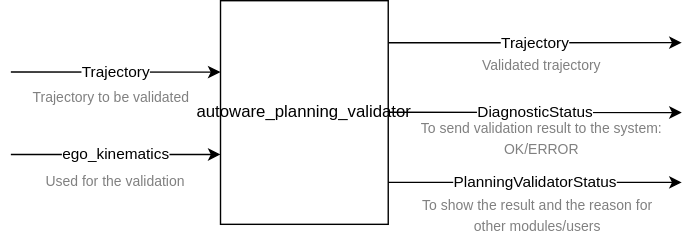
autowarefoundation/autoware.universe keeps this draw.io diagram as planning/autoware_planning_validator/image/planning_validator.drawio.svg. Above is the earlier version. Source tidied: cells renumbered, new cells last; positions are measured from the earlier drawing's top-left corner, leaving out a move shared by most shapes.
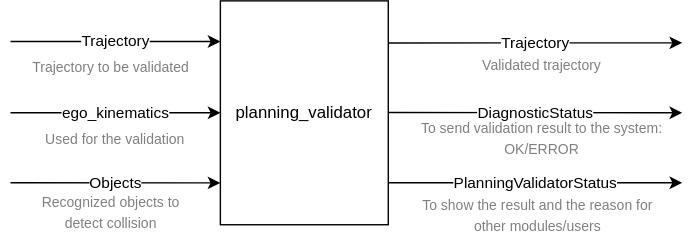
Above is the later version.

Commit message:
docs(autoware_planning_validator): update readme

Change to the diagram source:
```diff
@@ -12,14 +12,14 @@
     </mxCell>
     <mxCell id="4" value="Trajectory" style="endArrow=classic;html=1;entryX=0;entryY=0.188;entryDx=0;entryDy=0;entryPerimeter=0;" parent="1" edge="1">
       <mxGeometry relative="1" as="geometry">
-        <mxPoint y="51" as="sourcePoint" />
-        <mxPoint x="150" y="51.1" as="targetPoint" />
+        <mxPoint y="29" as="sourcePoint" />
+        <mxPoint x="150" y="29.1" as="targetPoint" />
       </mxGeometry>
     </mxCell>
     <mxCell id="5" value="ego_kinematics" style="endArrow=classic;html=1;entryX=0;entryY=0.25;entryDx=0;entryDy=0;" parent="1" edge="1">
       <mxGeometry relative="1" as="geometry">
-        <mxPoint y="110" as="sourcePoint" />
-        <mxPoint x="150" y="110" as="targetPoint" />
+        <mxPoint y="80" as="sourcePoint" />
+        <mxPoint x="150" y="80" as="targetPoint" />
       </mxGeometry>
     </mxCell>
     <mxCell id="6" value="DiagnosticStatus" style="edgeStyle=none;html=1;exitX=1;exitY=0.25;exitDx=0;exitDy=0;" parent="1" edge="1">
@@ -35,10 +35,10 @@
       </mxGeometry>
     </mxCell>
     <mxCell id="8" value="&lt;font style=&quot;font-size: 10px&quot; color=&quot;#808080&quot;&gt;Trajectory to be validated&lt;/font&gt;" style="text;html=1;strokeColor=none;fillColor=none;align=center;verticalAlign=middle;whiteSpace=wrap;rounded=0;" parent="1" vertex="1">
-      <mxGeometry x="7" y="54" width="130" height="30" as="geometry" />
+      <mxGeometry x="7" y="32" width="130" height="30" as="geometry" />
     </mxCell>
     <mxCell id="9" value="&lt;font style=&quot;font-size: 10px&quot; color=&quot;#808080&quot;&gt;Used for the validation&lt;/font&gt;" style="text;html=1;strokeColor=none;fillColor=none;align=center;verticalAlign=middle;whiteSpace=wrap;rounded=0;" parent="1" vertex="1">
-      <mxGeometry x="10" y="114" width="130" height="30" as="geometry" />
+      <mxGeometry x="10" y="84" width="130" height="30" as="geometry" />
     </mxCell>
     <mxCell id="10" value="&lt;font style=&quot;font-size: 10px&quot; color=&quot;#808080&quot;&gt;Validated trajectory&lt;/font&gt;" style="text;html=1;strokeColor=none;fillColor=none;align=center;verticalAlign=middle;whiteSpace=wrap;rounded=0;" parent="1" vertex="1">
       <mxGeometry x="315" y="31" width="130" height="30" as="geometry" />
@@ -49,5 +49,14 @@
     <mxCell id="12" value="&lt;font style=&quot;font-size: 10px&quot; color=&quot;#808080&quot;&gt;To show the result and the reason for other modules/users&lt;/font&gt;" style="text;html=1;strokeColor=none;fillColor=none;align=center;verticalAlign=middle;whiteSpace=wrap;rounded=0;" parent="1" vertex="1">
       <mxGeometry x="289" y="136" width="176" height="34" as="geometry" />
     </mxCell>
+    <mxCell id="13" value="Objects" style="endArrow=classic;html=1;entryX=0;entryY=0.188;entryDx=0;entryDy=0;entryPerimeter=0;" parent="1" edge="1">
+      <mxGeometry relative="1" as="geometry">
+        <mxPoint y="130" as="sourcePoint" />
+        <mxPoint x="150" y="130.1" as="targetPoint" />
+      </mxGeometry>
+    </mxCell>
+    <mxCell id="14" value="&lt;font style=&quot;font-size: 10px&quot; color=&quot;#808080&quot;&gt;Recognized objects to detect collision&lt;/font&gt;" style="text;html=1;strokeColor=none;fillColor=none;align=center;verticalAlign=middle;whiteSpace=wrap;rounded=0;" parent="1" vertex="1">
+      <mxGeometry x="7" y="136" width="130" height="30" as="geometry" />
+    </mxCell>
   </root>
 </mxGraphModel>
```
